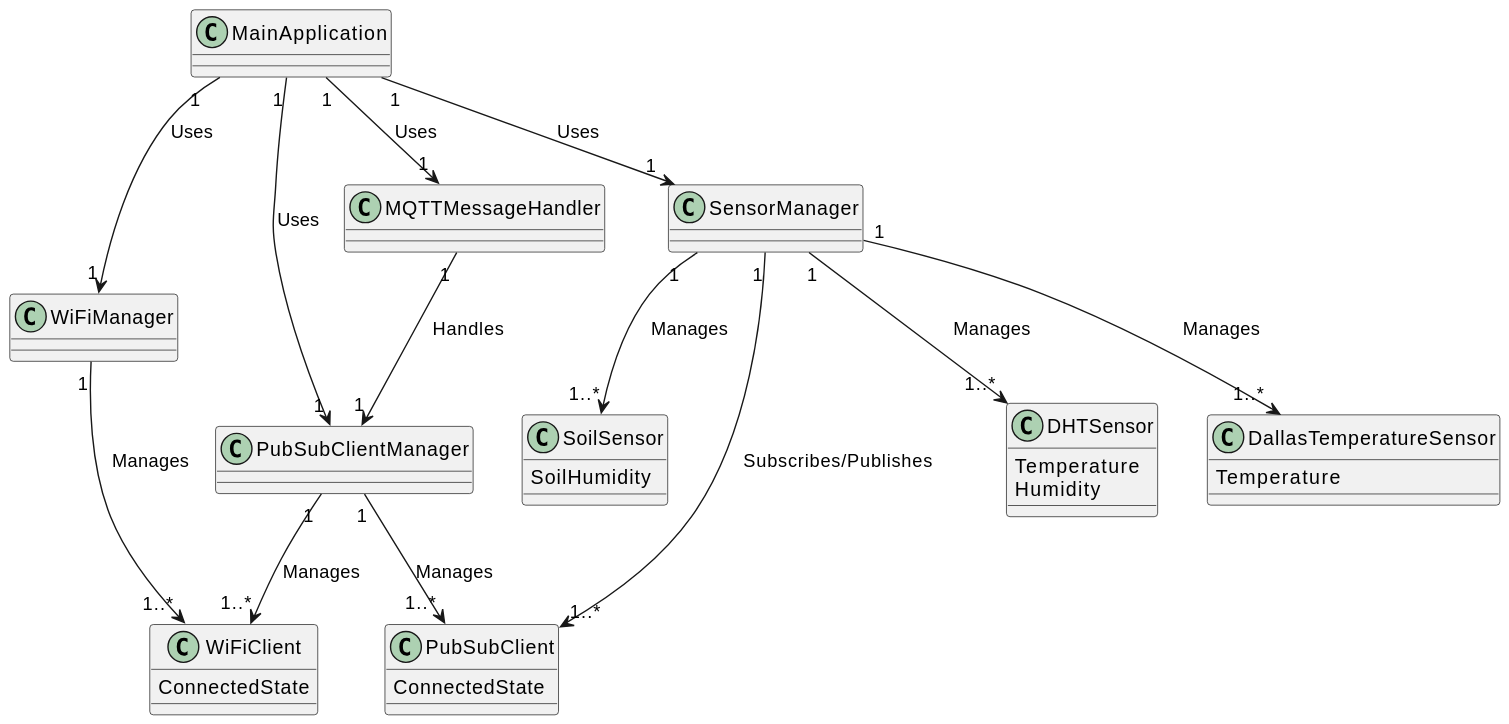
doemefu/Terra1 keeps this PlantUML diagram as documentation/DomainModelObject.svg. Above is the earlier version. The source it was exported from:
```plantuml
@startuml
class WiFiManager {
}

class PubSubClientManager {
}

class SensorManager {
}

class MQTTMessageHandler {
}

class MainApplication {
}

class WiFiClient {
    ConnectedState
}

class PubSubClient {
    ConnectedState
}

class DHTSensor {
    Temperature
    Humidity
}

class DallasTemperatureSensor {
    Temperature
}

class SoilSensor {
    SoilHumidity
}

WiFiManager "1" --> "1..*" WiFiClient : Manages
PubSubClientManager "1" --> "1..*" WiFiClient : Manages
PubSubClientManager "1" --> "1..*" PubSubClient : Manages
SensorManager "1" --> "1..*" DHTSensor : Manages
SensorManager "1" --> "1..*" DallasTemperatureSensor : Manages
SensorManager "1" --> "1..*" SoilSensor : Manages
SensorManager "1" --> "1..*" PubSubClient : Subscribes/Publishes
MQTTMessageHandler "1" --> "1" PubSubClientManager : Handles
MainApplication "1" --> "1" WiFiManager : Uses
MainApplication "1" --> "1" PubSubClientManager : Uses
MainApplication "1" --> "1" SensorManager : Uses
MainApplication "1" --> "1" MQTTMessageHandler : Uses
@enduml
```
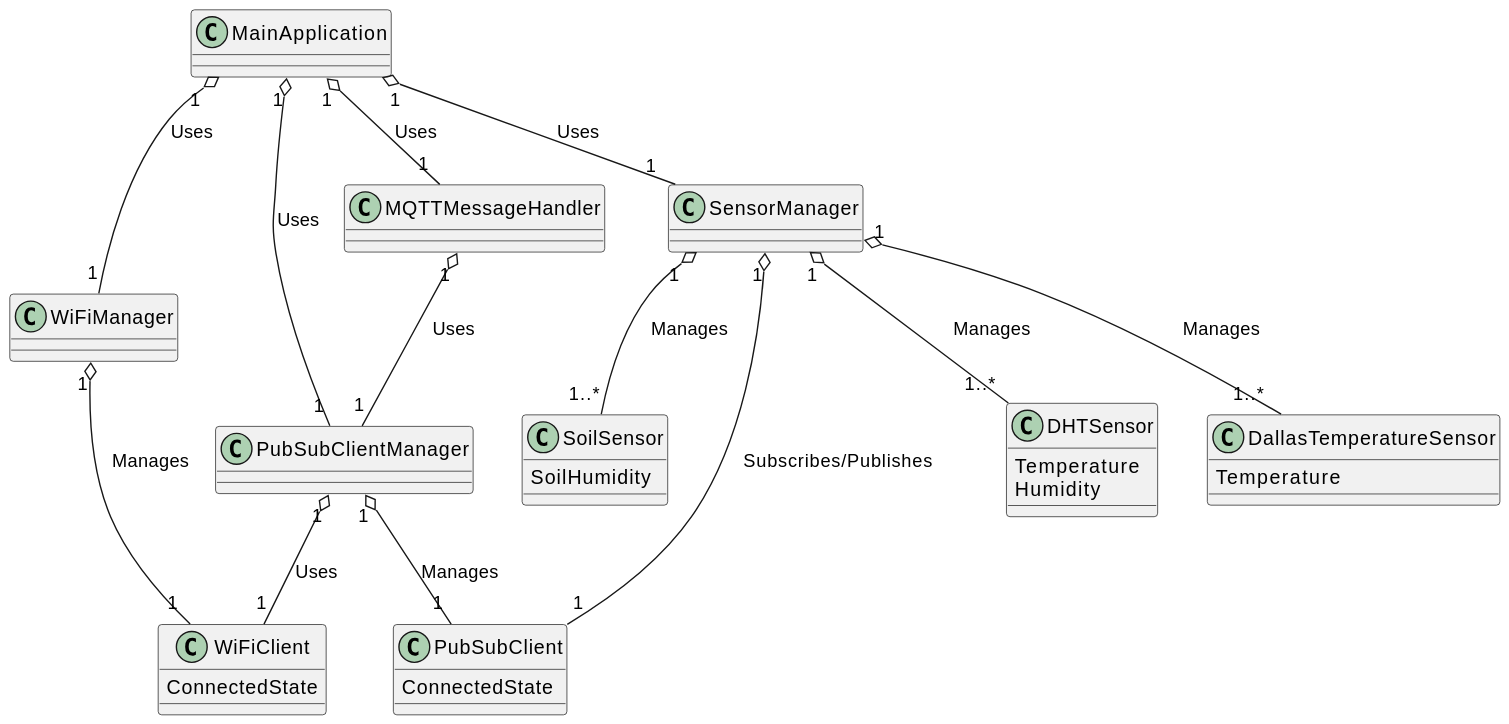
Later version of the same file.

What changed in the source:
```diff
@@ -35,16 +35,16 @@
     SoilHumidity
 }
 
-WiFiManager "1" --> "1..*" WiFiClient : Manages
-PubSubClientManager "1" --> "1..*" WiFiClient : Manages
-PubSubClientManager "1" --> "1..*" PubSubClient : Manages
-SensorManager "1" --> "1..*" DHTSensor : Manages
-SensorManager "1" --> "1..*" DallasTemperatureSensor : Manages
-SensorManager "1" --> "1..*" SoilSensor : Manages
-SensorManager "1" --> "1..*" PubSubClient : Subscribes/Publishes
-MQTTMessageHandler "1" --> "1" PubSubClientManager : Handles
-MainApplication "1" --> "1" WiFiManager : Uses
-MainApplication "1" --> "1" PubSubClientManager : Uses
-MainApplication "1" --> "1" SensorManager : Uses
-MainApplication "1" --> "1" MQTTMessageHandler : Uses
+WiFiManager "1" o-- "1" WiFiClient : Manages
+PubSubClientManager "1" o-- "1" WiFiClient : Uses
+PubSubClientManager "1" o-- "1" PubSubClient : Manages
+SensorManager "1" o-- "1..*" DHTSensor : Manages
+SensorManager "1" o-- "1..*" DallasTemperatureSensor : Manages
+SensorManager "1" o-- "1..*" SoilSensor : Manages
+SensorManager "1" o-- "1" PubSubClient : Subscribes/Publishes
+MQTTMessageHandler "1" o-- "1" PubSubClientManager : Uses
+MainApplication "1" o-- "1" WiFiManager : Uses
+MainApplication "1" o-- "1" PubSubClientManager : Uses
+MainApplication "1" o-- "1" SensorManager : Uses
+MainApplication "1" o-- "1" MQTTMessageHandler : Uses
 @enduml
```
